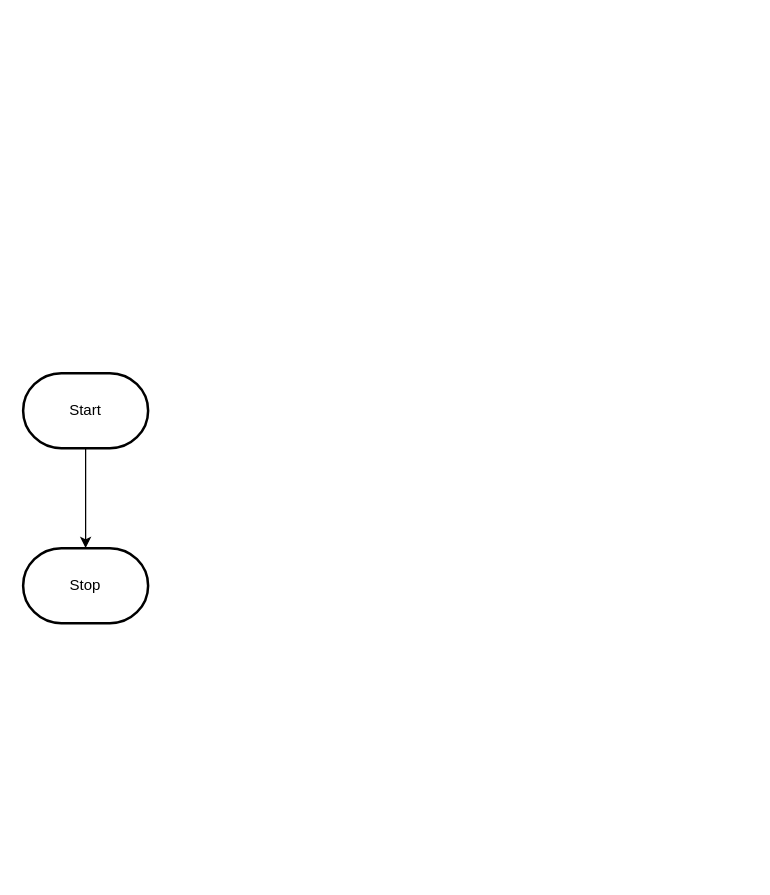
MTHS-ICS2O-2-2022/ICS2O-Unit-5-01-Mariam-Kasim keeps this draw.io diagram as design/flowchart.drawio. Above is the earlier version. Source tidied: cells renumbered, new cells numbered last; positions are measured from the earlier drawing's top-left corner, leaving out a move shared by most shapes. Both pictures are drawn from the tidied source at 125%, with x=0, y=0 at pixel (22, 372).
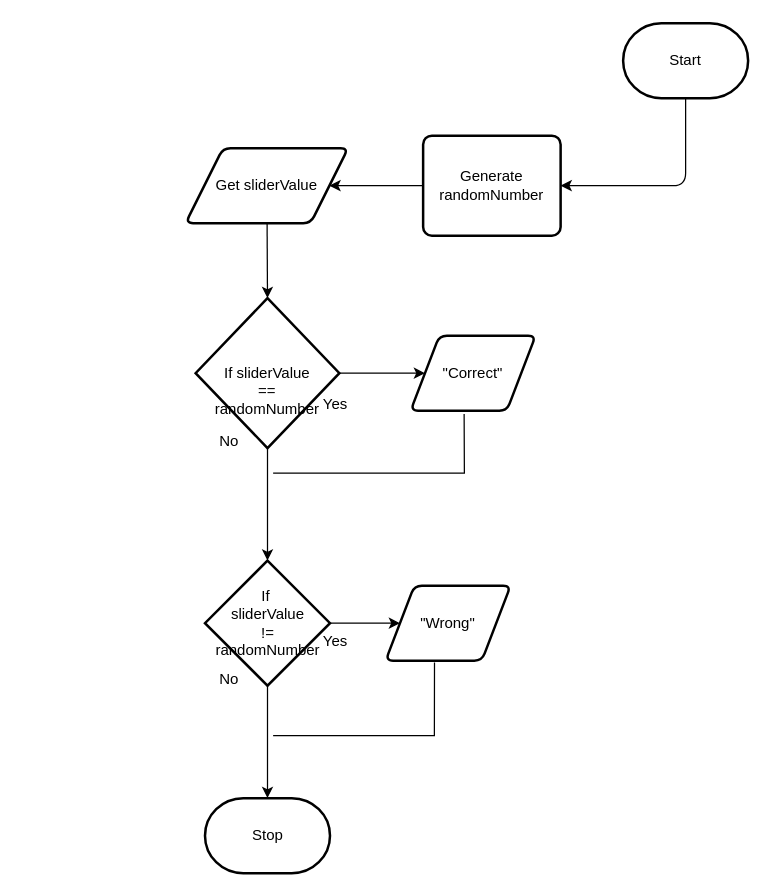
After the change.

The edit, as a diff of the source:
```diff
@@
-    <mxCell id="2" style="edgeStyle=orthogonalEdgeStyle;html=1;rounded=0;" parent="1" edge="1" source="3" target="4">
-      <mxGeometry relative="1" as="geometry" />
-    </mxCell>
+    <mxCell id="5" style="edgeStyle=none;html=1;entryX=1;entryY=0.5;entryDx=0;entryDy=0;" parent="1" edge="1" source="3" target="7">
+      <mxGeometry relative="1" as="geometry">
+        <Array as="points">
+          <mxPoint x="530" y="-150" />
+        </Array>
+      </mxGeometry>
+    </mxCell>
     <mxCell id="3" value="Start" style="strokeWidth=2;html=1;shape=mxgraph.flowchart.terminator;whiteSpace=wrap;" parent="1" vertex="1">
-      <mxGeometry width="100" height="60" as="geometry" />
+      <mxGeometry x="480" y="-280" width="100" height="60" as="geometry" />
     </mxCell>
     <mxCell id="4" value="Stop" style="strokeWidth=2;html=1;shape=mxgraph.flowchart.terminator;whiteSpace=wrap;" parent="1" vertex="1">
-      <mxGeometry y="140" width="100" height="60" as="geometry" />
+      <mxGeometry x="145.5" y="340" width="100" height="60" as="geometry" />
     </mxCell>
+    <mxCell id="6" style="edgeStyle=none;html=1;entryX=1;entryY=0.5;entryDx=0;entryDy=0;" parent="1" edge="1" source="7" target="9">
+      <mxGeometry relative="1" as="geometry" />
+    </mxCell>
+    <mxCell id="7" value="Generate randomNumber" style="rounded=1;whiteSpace=wrap;html=1;absoluteArcSize=1;arcSize=14;strokeWidth=2;" parent="1" vertex="1">
+      <mxGeometry x="320" y="-190" width="110" height="80" as="geometry" />
+    </mxCell>
+    <mxCell id="8" style="edgeStyle=none;html=1;entryX=0.5;entryY=0;entryDx=0;entryDy=0;entryPerimeter=0;" parent="1" edge="1" source="9" target="12">
+      <mxGeometry relative="1" as="geometry" />
+    </mxCell>
+    <mxCell id="9" value="Get sliderValue" style="shape=parallelogram;html=1;strokeWidth=2;perimeter=parallelogramPerimeter;whiteSpace=wrap;rounded=1;arcSize=12;size=0.23;" parent="1" vertex="1">
+      <mxGeometry x="130" y="-180" width="130" height="60" as="geometry" />
+    </mxCell>
+    <mxCell id="10" style="edgeStyle=none;html=1;" parent="1" edge="1" source="12" target="13">
+      <mxGeometry relative="1" as="geometry" />
+    </mxCell>
+    <mxCell id="11" style="edgeStyle=none;html=1;" parent="1" edge="1" source="12">
+      <mxGeometry relative="1" as="geometry">
+        <mxPoint x="195.5" y="150" as="targetPoint" />
+      </mxGeometry>
+    </mxCell>
+    <mxCell id="12" value="&lt;br&gt;&lt;br&gt;If sliderValue&lt;br&gt;==&lt;br&gt;randomNumber" style="strokeWidth=2;html=1;shape=mxgraph.flowchart.decision;whiteSpace=wrap;" parent="1" vertex="1">
+      <mxGeometry x="138" y="-60" width="115" height="120" as="geometry" />
+    </mxCell>
+    <mxCell id="13" value="&quot;Correct&quot;" style="shape=parallelogram;html=1;strokeWidth=2;perimeter=parallelogramPerimeter;whiteSpace=wrap;rounded=1;arcSize=12;size=0.23;" parent="1" vertex="1">
+      <mxGeometry x="310" y="-30" width="100" height="60" as="geometry" />
+    </mxCell>
+    <mxCell id="14" value="Yes" style="text;strokeColor=none;align=center;fillColor=none;html=1;verticalAlign=middle;whiteSpace=wrap;rounded=0;" parent="1" vertex="1">
+      <mxGeometry x="220" y="10" width="60" height="30" as="geometry" />
+    </mxCell>
+    <mxCell id="15" style="endArrow=none;html=1;exitX=0.428;exitY=1.044;exitDx=0;exitDy=0;exitPerimeter=0;rounded=0;" parent="1" edge="1" source="13">
+      <mxGeometry relative="1" as="geometry">
+        <mxPoint x="200" y="80" as="targetPoint" />
+        <Array as="points">
+          <mxPoint x="353" y="80" />
+        </Array>
+      </mxGeometry>
+    </mxCell>
+    <mxCell id="16" style="edgeStyle=none;rounded=0;html=1;" parent="1" edge="1" source="17" target="4">
+      <mxGeometry relative="1" as="geometry" />
+    </mxCell>
+    <mxCell id="17" value="If&amp;nbsp;&lt;br&gt;sliderValue&lt;br&gt;!=&lt;br&gt;randomNumber" style="strokeWidth=2;html=1;shape=mxgraph.flowchart.decision;whiteSpace=wrap;" parent="1" vertex="1">
+      <mxGeometry x="145.5" y="150" width="100" height="100" as="geometry" />
+    </mxCell>
+    <mxCell id="18" style="endArrow=classic;html=1;rounded=0;exitX=1;exitY=0.5;exitDx=0;exitDy=0;exitPerimeter=0;" parent="1" edge="1" source="17" target="19">
+      <mxGeometry relative="1" as="geometry" />
+    </mxCell>
+    <mxCell id="19" value="&quot;Wrong&quot;" style="shape=parallelogram;html=1;strokeWidth=2;perimeter=parallelogramPerimeter;whiteSpace=wrap;rounded=1;arcSize=12;size=0.23;" parent="1" vertex="1">
+      <mxGeometry x="290" y="170" width="100" height="60" as="geometry" />
+    </mxCell>
+    <mxCell id="20" value="No" style="text;strokeColor=none;align=center;fillColor=none;html=1;verticalAlign=middle;whiteSpace=wrap;rounded=0;" parent="1" vertex="1">
+      <mxGeometry x="135" y="40" width="60" height="30" as="geometry" />
+    </mxCell>
+    <mxCell id="21" value="Yes" style="text;strokeColor=none;align=center;fillColor=none;html=1;verticalAlign=middle;whiteSpace=wrap;rounded=0;" parent="1" vertex="1">
+      <mxGeometry x="220" y="200" width="60" height="30" as="geometry" />
+    </mxCell>
+    <mxCell id="22" value="No" style="text;strokeColor=none;align=center;fillColor=none;html=1;verticalAlign=middle;whiteSpace=wrap;rounded=0;" parent="1" vertex="1">
+      <mxGeometry x="135" y="230" width="60" height="30" as="geometry" />
+    </mxCell>
+    <mxCell id="23" style="endArrow=none;html=1;rounded=0;entryX=0.391;entryY=1.024;entryDx=0;entryDy=0;entryPerimeter=0;" parent="1" edge="1" target="19">
+      <mxGeometry relative="1" as="geometry">
+        <mxPoint x="200" y="290" as="sourcePoint" />
+        <Array as="points">
+          <mxPoint x="329" y="290" />
+        </Array>
+      </mxGeometry>
+    </mxCell>
```
